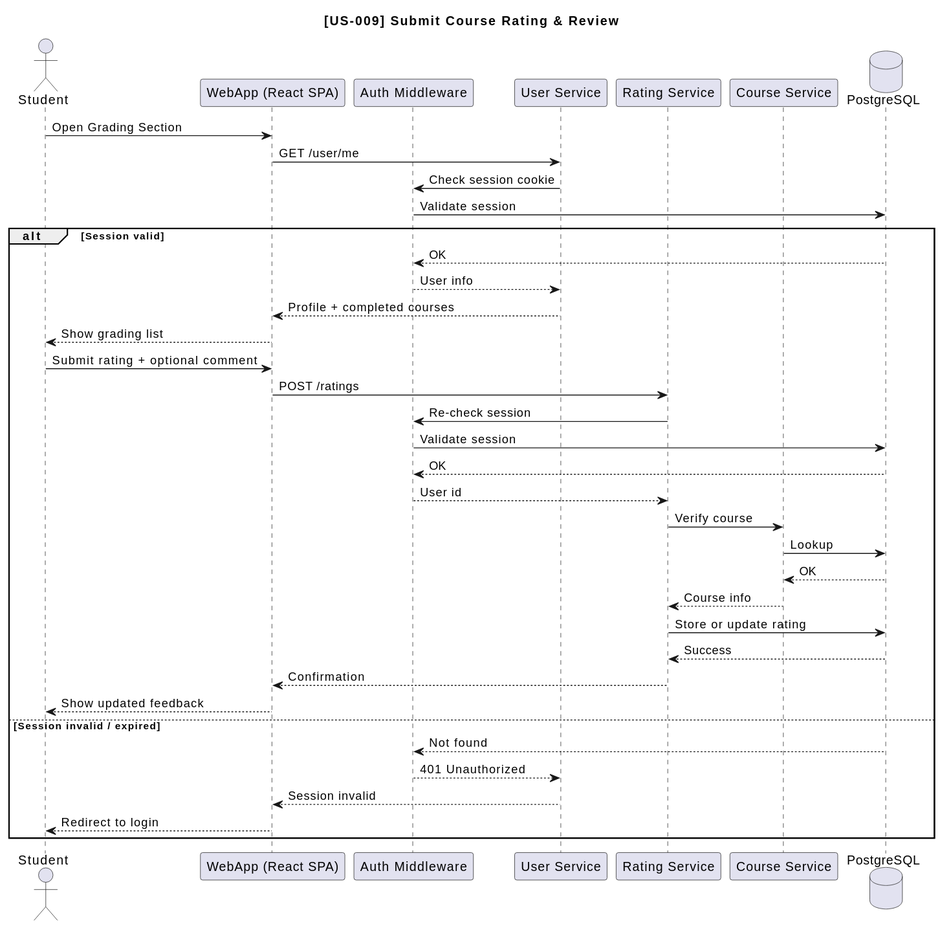
This is docs/architecture/uml/sequence-us009-rate-course.svg from ukma-cs-ssdm-2025/rate-ukma, a PlantUML export, as it was before one commit. Its diagram source:
```plantuml
@startuml
title [US-009] Submit Course Rating & Review

actor Student
participant "WebApp (React SPA)" as WebApp
participant "Auth Middleware" as Auth
participant "User Service" as UserService
participant "Rating Service" as RatingService
participant "Course Service" as CourseService
database "PostgreSQL" as DB

Student -> WebApp : Open Grading Section
WebApp -> UserService : GET /user/me
UserService -> Auth : Check session cookie
Auth -> DB : Validate session

alt Session valid
  DB --> Auth : OK
  Auth --> UserService : User info
  UserService --> WebApp : Profile + completed courses
  WebApp --> Student : Show grading list

  Student -> WebApp : Submit rating + optional comment
  WebApp -> RatingService : POST /ratings
  RatingService -> Auth : Re-check session
  Auth -> DB : Validate session
  DB --> Auth : OK
  Auth --> RatingService : User id

  RatingService -> CourseService : Verify course
  CourseService -> DB : Lookup
  DB --> CourseService : OK
  CourseService --> RatingService : Course info

  RatingService -> DB : Store or update rating
  DB --> RatingService : Success
  RatingService --> WebApp : Confirmation
  WebApp --> Student : Show updated feedback

else Session invalid / expired
  DB --> Auth : Not found
  Auth --> UserService : 401 Unauthorized
  UserService --> WebApp : Session invalid
  WebApp --> Student : Redirect to login
end
@enduml
```
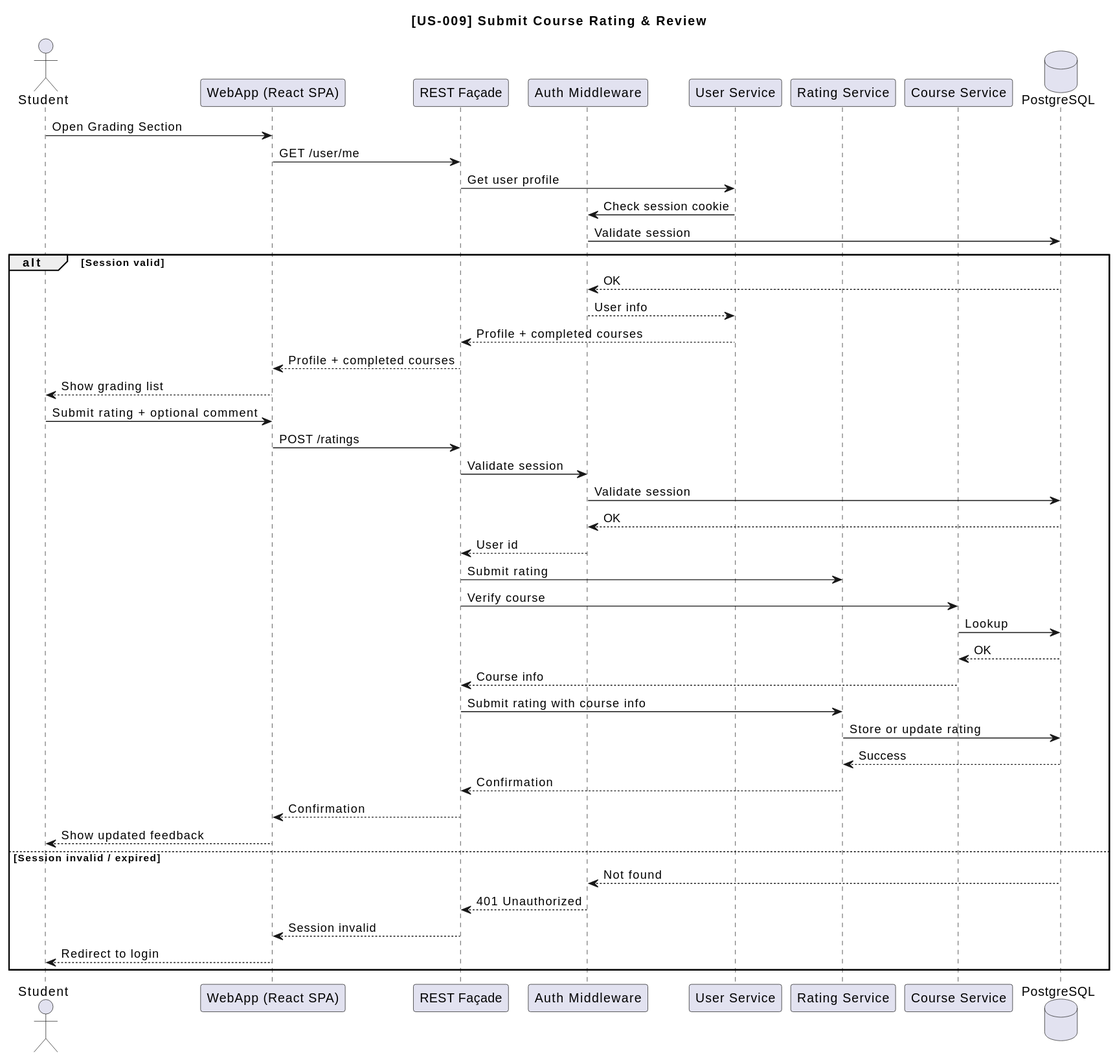
After the change.

Commit message:
docs(#30): add rest facade as element, add details to bad flows in US-001

Change to the diagram source:
```diff
@@ -3,6 +3,7 @@
 
 actor Student
 participant "WebApp (React SPA)" as WebApp
+participant "REST Façade" as RestFacade
 participant "Auth Middleware" as Auth
 participant "User Service" as UserService
 participant "Rating Service" as RatingService
@@ -10,37 +11,42 @@
 database "PostgreSQL" as DB
 
 Student -> WebApp : Open Grading Section
-WebApp -> UserService : GET /user/me
+WebApp -> RestFacade : GET /user/me
+RestFacade -> UserService : Get user profile
 UserService -> Auth : Check session cookie
 Auth -> DB : Validate session
 
 alt Session valid
   DB --> Auth : OK
   Auth --> UserService : User info
-  UserService --> WebApp : Profile + completed courses
+  UserService --> RestFacade : Profile + completed courses
+  RestFacade --> WebApp : Profile + completed courses
   WebApp --> Student : Show grading list
 
   Student -> WebApp : Submit rating + optional comment
-  WebApp -> RatingService : POST /ratings
-  RatingService -> Auth : Re-check session
+  WebApp -> RestFacade : POST /ratings
+  RestFacade -> Auth : Validate session
   Auth -> DB : Validate session
   DB --> Auth : OK
-  Auth --> RatingService : User id
+  Auth --> RestFacade : User id
 
-  RatingService -> CourseService : Verify course
+  RestFacade -> RatingService : Submit rating
+  RestFacade -> CourseService : Verify course
   CourseService -> DB : Lookup
   DB --> CourseService : OK
-  CourseService --> RatingService : Course info
+  CourseService --> RestFacade : Course info
 
+  RestFacade -> RatingService : Submit rating with course info
   RatingService -> DB : Store or update rating
   DB --> RatingService : Success
-  RatingService --> WebApp : Confirmation
+  RatingService --> RestFacade : Confirmation
+  RestFacade --> WebApp : Confirmation
   WebApp --> Student : Show updated feedback
 
 else Session invalid / expired
   DB --> Auth : Not found
-  Auth --> UserService : 401 Unauthorized
-  UserService --> WebApp : Session invalid
+  Auth --> RestFacade : 401 Unauthorized
+  RestFacade --> WebApp : Session invalid
   WebApp --> Student : Redirect to login
 end
 @enduml
```
